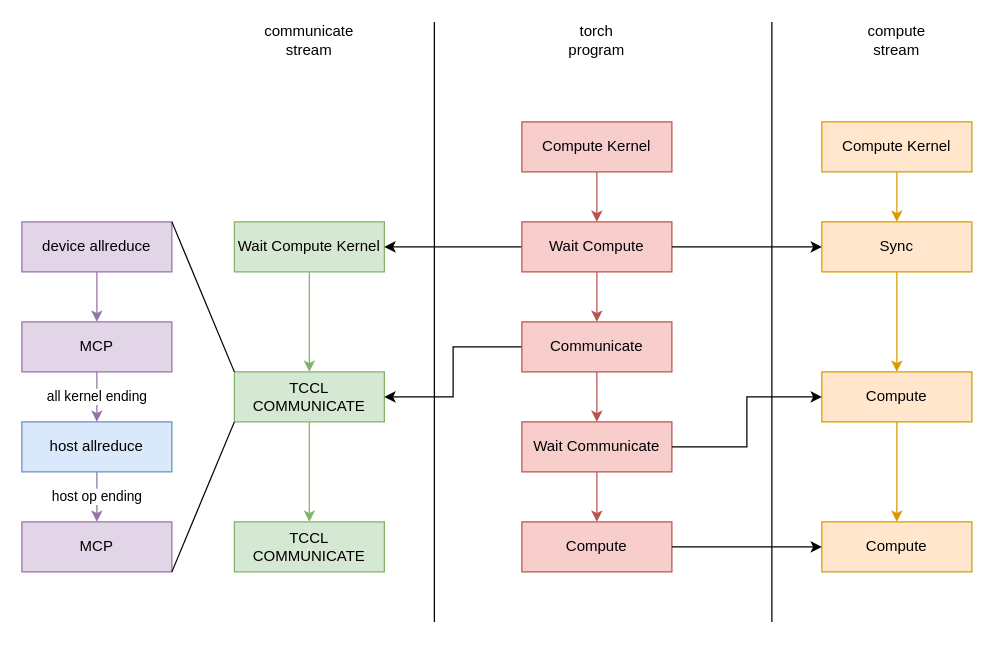
Above: torch.drawio in BEYHHH/SBLP (draw.io), before the change. Source tidied: cells renumbered, new cells numbered last; positions are measured from the earlier drawing's top-left corner, leaving out a move shared by most shapes. Both pictures are drawn from the tidied source at 125%, with x=0, y=0 at pixel (21, 21).
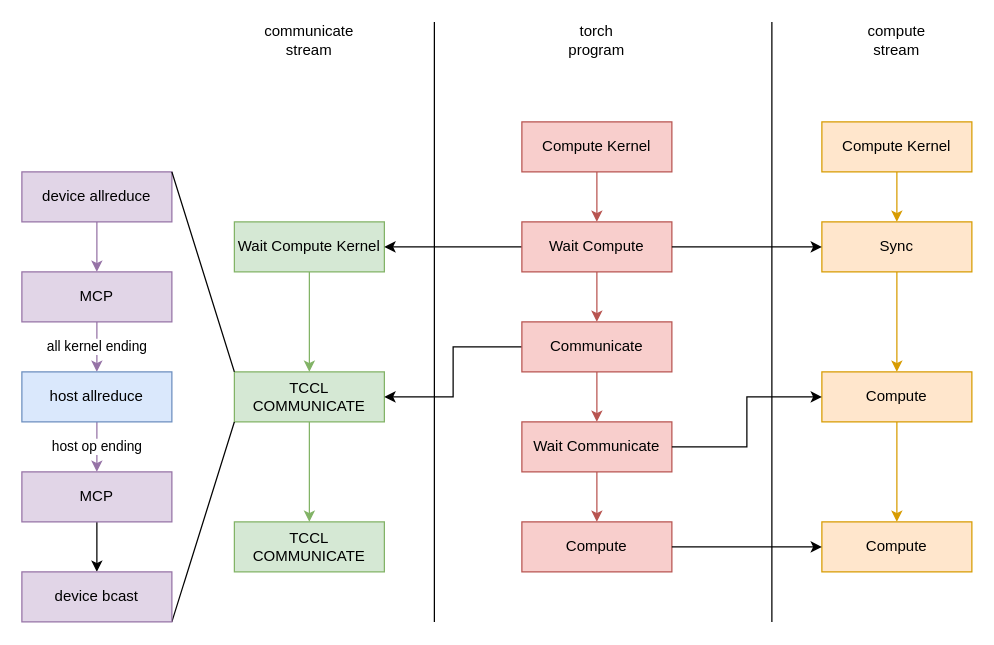
After the change.

Unchanged cells that the change refers to:
```xml
<mxCell id="10" value="TCCL COMMUNICATE" style="rounded=0;whiteSpace=wrap;html=1;fillColor=#d5e8d4;strokeColor=#82b366;" parent="1" vertex="1">
  <mxGeometry x="170" y="280" width="120" height="40" as="geometry" />
</mxCell>
```

The edit, as a diff of the source:
```diff
@@
     <mxCell id="18" value="device allreduce" style="rounded=0;whiteSpace=wrap;html=1;fillColor=#e1d5e7;strokeColor=#9673a6;" parent="1" vertex="1">
-      <mxGeometry y="160" width="120" height="40" as="geometry" />
+      <mxGeometry y="120" width="120" height="40" as="geometry" />
     </mxCell>
@@
     <mxCell id="20" value="MCP" style="rounded=0;whiteSpace=wrap;html=1;fillColor=#e1d5e7;strokeColor=#9673a6;" parent="1" vertex="1">
-      <mxGeometry y="240" width="120" height="40" as="geometry" />
+      <mxGeometry y="200" width="120" height="40" as="geometry" />
     </mxCell>
     <mxCell id="21" value="host op ending" style="edgeStyle=orthogonalEdgeStyle;rounded=0;jettySize=auto;html=1;fillColor=#e1d5e7;strokeColor=#9673a6;" parent="1" edge="1" source="22" target="23">
       <mxGeometry relative="1" as="geometry">
         <Array as="points">
-          <mxPoint x="60" y="380" />
-          <mxPoint x="60" y="380" />
+          <mxPoint x="60" y="340" />
+          <mxPoint x="60" y="340" />
         </Array>
       </mxGeometry>
     </mxCell>
     <mxCell id="22" value="host allreduce" style="rounded=0;whiteSpace=wrap;html=1;fillColor=#dae8fc;strokeColor=#6c8ebf;" parent="1" vertex="1">
-      <mxGeometry y="320" width="120" height="40" as="geometry" />
+      <mxGeometry y="280" width="120" height="40" as="geometry" />
     </mxCell>
+    <mxCell id="42" style="edgeStyle=orthogonalEdgeStyle;rounded=0;jettySize=auto;html=1;" parent="1" edge="1" source="23" target="43">
+      <mxGeometry relative="1" as="geometry" />
+    </mxCell>
     <mxCell id="23" value="MCP" style="rounded=0;whiteSpace=wrap;html=1;fillColor=#e1d5e7;strokeColor=#9673a6;" parent="1" vertex="1">
-      <mxGeometry y="400" width="120" height="40" as="geometry" />
+      <mxGeometry y="360" width="120" height="40" as="geometry" />
     </mxCell>
@@
-    <mxCell id="25" style="endArrow=none;html=1;rounded=0;entryX=0;entryY=1;entryDx=0;entryDy=0;exitX=1;exitY=1;exitDx=0;exitDy=0;" parent="1" edge="1" source="23" target="10">
+    <mxCell id="25" style="endArrow=none;html=1;rounded=0;entryX=0;entryY=1;entryDx=0;entryDy=0;exitX=1;exitY=1;exitDx=0;exitDy=0;" parent="1" edge="1" source="43" target="10">
       <mxGeometry relative="1" as="geometry" />
     </mxCell>
@@
+    <mxCell id="43" value="device bcast" style="rounded=0;whiteSpace=wrap;html=1;fillColor=#e1d5e7;strokeColor=#9673a6;" parent="1" vertex="1">
+      <mxGeometry y="440" width="120" height="40" as="geometry" />
+    </mxCell>
```
